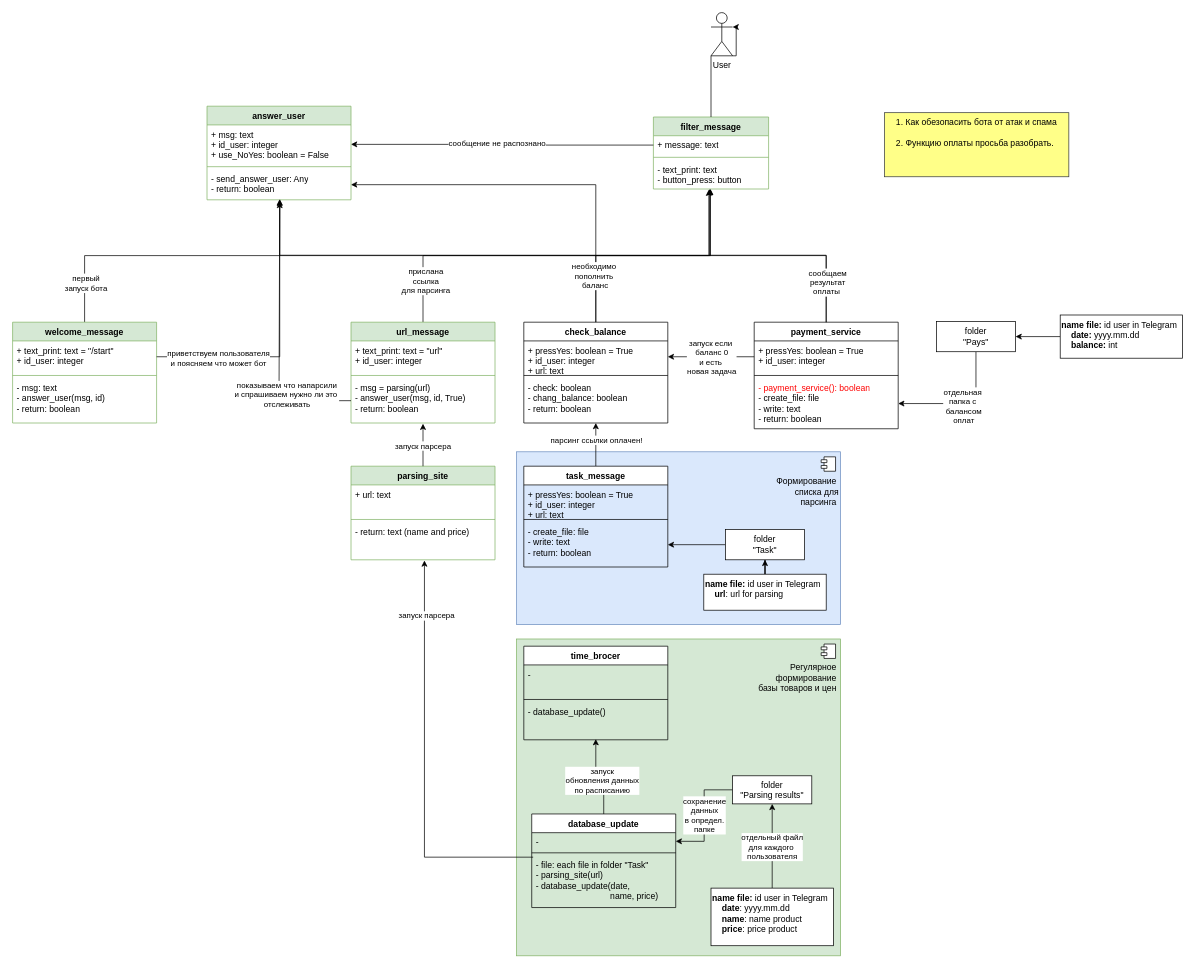
Arnoldig/Coursemc_final_work keeps this draw.io diagram as Functions for Telegram chatbot.drawio. Above is the earlier version. Source tidied: cells renumbered, new cells numbered last; positions are measured from the earlier drawing's top-left corner, leaving out a move shared by most shapes. Both pictures are drawn from the tidied source at 72%, with x=0, y=0 at pixel (12, 12).
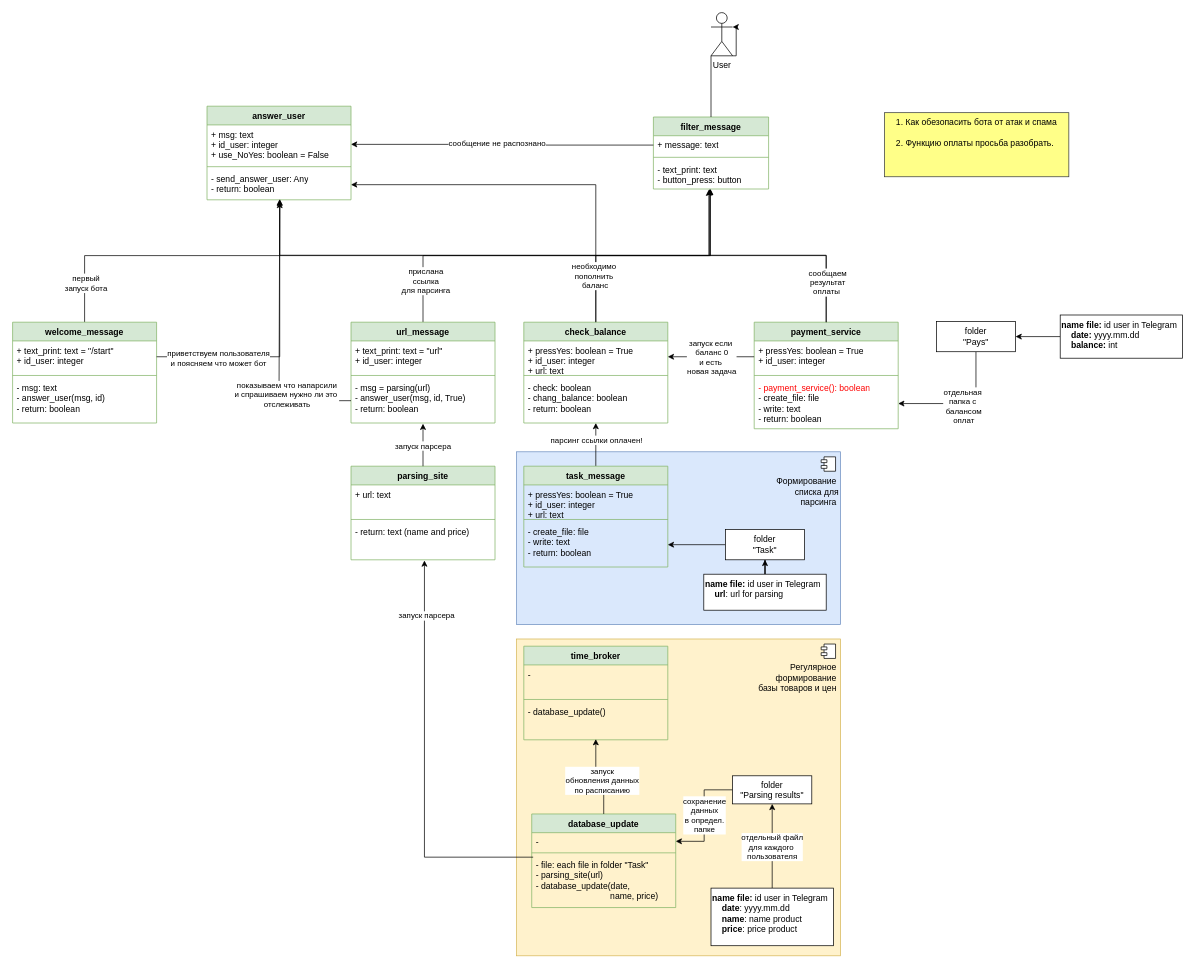
The same diagram, later.

Diff of the diagram source:
```diff
@@
-    <mxCell id="4" value="Регулярное&amp;nbsp;&lt;br&gt;формирование&amp;nbsp;&lt;br&gt;базы товаров и цен&amp;nbsp;&lt;br&gt;&lt;br&gt;&lt;br&gt;&lt;br&gt;&lt;br&gt;&lt;br&gt;&lt;br&gt;&lt;br&gt;&lt;br&gt;&lt;br&gt;&lt;br&gt;&lt;br&gt;&lt;br&gt;&lt;br&gt;&lt;br&gt;&lt;br&gt;&lt;br&gt;&lt;br&gt;&lt;br&gt;&lt;br&gt;&lt;br&gt;&lt;br&gt;&lt;br&gt;&lt;br&gt;" style="html=1;whiteSpace=wrap;fillColor=#d5e8d4;strokeColor=#82b366;align=right;" parent="1" vertex="1">
+    <mxCell id="4" value="Регулярное&amp;nbsp;&lt;br&gt;формирование&amp;nbsp;&lt;br&gt;базы товаров и цен&amp;nbsp;&lt;br&gt;&lt;br&gt;&lt;br&gt;&lt;br&gt;&lt;br&gt;&lt;br&gt;&lt;br&gt;&lt;br&gt;&lt;br&gt;&lt;br&gt;&lt;br&gt;&lt;br&gt;&lt;br&gt;&lt;br&gt;&lt;br&gt;&lt;br&gt;&lt;br&gt;&lt;br&gt;&lt;br&gt;&lt;br&gt;&lt;br&gt;&lt;br&gt;&lt;br&gt;&lt;br&gt;" style="html=1;whiteSpace=wrap;fillColor=#fff2cc;strokeColor=#d6b656;align=right;" parent="1" vertex="1">
       <mxGeometry x="700" y="870" width="450" height="440" as="geometry" />
     </mxCell>
@@
-    <mxCell id="33" value="task_message" style="swimlane;fontStyle=1;align=center;verticalAlign=top;horizontal=1;startSize=26;whiteSpace=wrap;html=1;" parent="1" vertex="1">
+    <mxCell id="33" value="task_message" style="swimlane;fontStyle=1;align=center;verticalAlign=top;horizontal=1;startSize=26;whiteSpace=wrap;html=1;fillColor=#d5e8d4;strokeColor=#82b366;" parent="1" vertex="1">
       <mxGeometry x="710" y="630" width="200" height="140" as="geometry" />
     </mxCell>
@@
-    <mxCell id="41" value="time_brocer" style="swimlane;fontStyle=1;align=center;verticalAlign=top;horizontal=1;startSize=26;whiteSpace=wrap;html=1;" parent="1" vertex="1">
+    <mxCell id="41" value="time_broker" style="swimlane;fontStyle=1;align=center;verticalAlign=top;horizontal=1;startSize=26;whiteSpace=wrap;html=1;fillColor=#d5e8d4;strokeColor=#82b366;" parent="1" vertex="1">
       <mxGeometry x="710" y="880" width="200" height="130" as="geometry" />
     </mxCell>
@@
-    <mxCell id="51" value="database_update" style="swimlane;fontStyle=1;align=center;verticalAlign=top;horizontal=1;startSize=26;whiteSpace=wrap;html=1;" parent="1" vertex="1">
+    <mxCell id="51" value="database_update" style="swimlane;fontStyle=1;align=center;verticalAlign=top;horizontal=1;startSize=26;whiteSpace=wrap;html=1;fillColor=#d5e8d4;strokeColor=#82b366;" parent="1" vertex="1">
       <mxGeometry x="721" y="1113" width="200" height="130" as="geometry" />
     </mxCell>
@@
-    <mxCell id="63" value="payment_service" style="swimlane;fontStyle=1;align=center;verticalAlign=top;horizontal=1;startSize=26;whiteSpace=wrap;html=1;" parent="1" vertex="1">
+    <mxCell id="63" value="payment_service" style="swimlane;fontStyle=1;align=center;verticalAlign=top;horizontal=1;startSize=26;whiteSpace=wrap;html=1;fillColor=#d5e8d4;strokeColor=#82b366;" parent="1" vertex="1">
       <mxGeometry x="1030" y="430" width="200" height="148" as="geometry" />
     </mxCell>
@@
-    <mxCell id="74" value="check_balance" style="swimlane;fontStyle=1;align=center;verticalAlign=top;horizontal=1;startSize=26;whiteSpace=wrap;html=1;" parent="1" vertex="1">
+    <mxCell id="74" value="check_balance" style="swimlane;fontStyle=1;align=center;verticalAlign=top;horizontal=1;startSize=26;whiteSpace=wrap;html=1;fillColor=#d5e8d4;strokeColor=#82b366;" parent="1" vertex="1">
       <mxGeometry x="710" y="430" width="200" height="140" as="geometry" />
     </mxCell>
```
